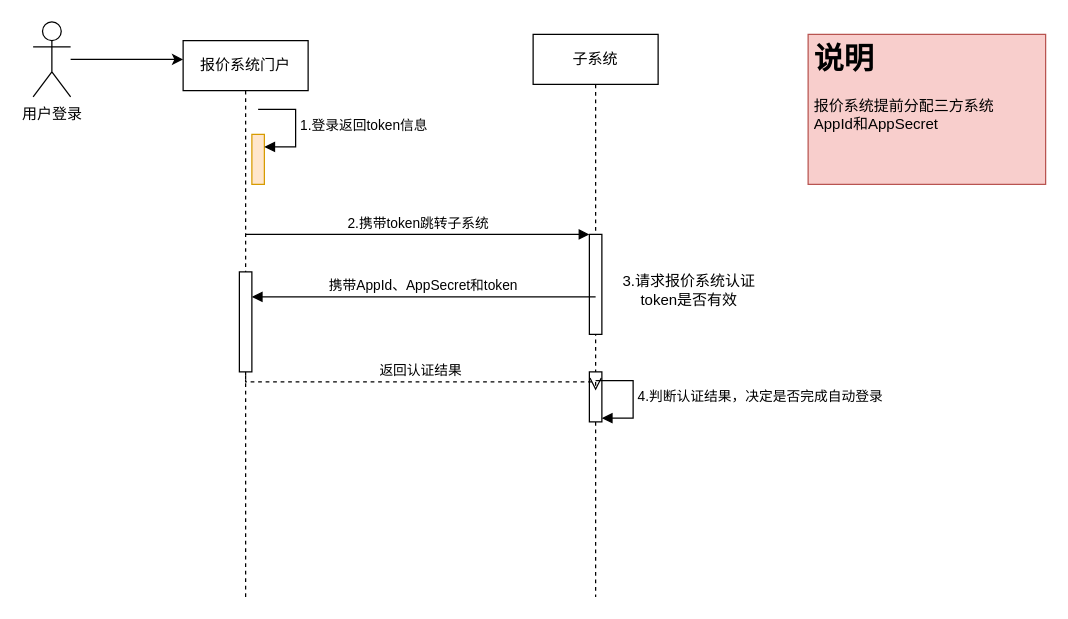
The draw.io diagram 投资回报率单点时序图.drawio in ammengke/my-drawio, before the edit. Source tidied: cells renumbered, new cells numbered last; positions are measured from the earlier drawing's top-left corner, leaving out a move shared by most shapes. Both pictures are drawn from the tidied source at 125%, with x=0, y=0 at pixel (32, 21).
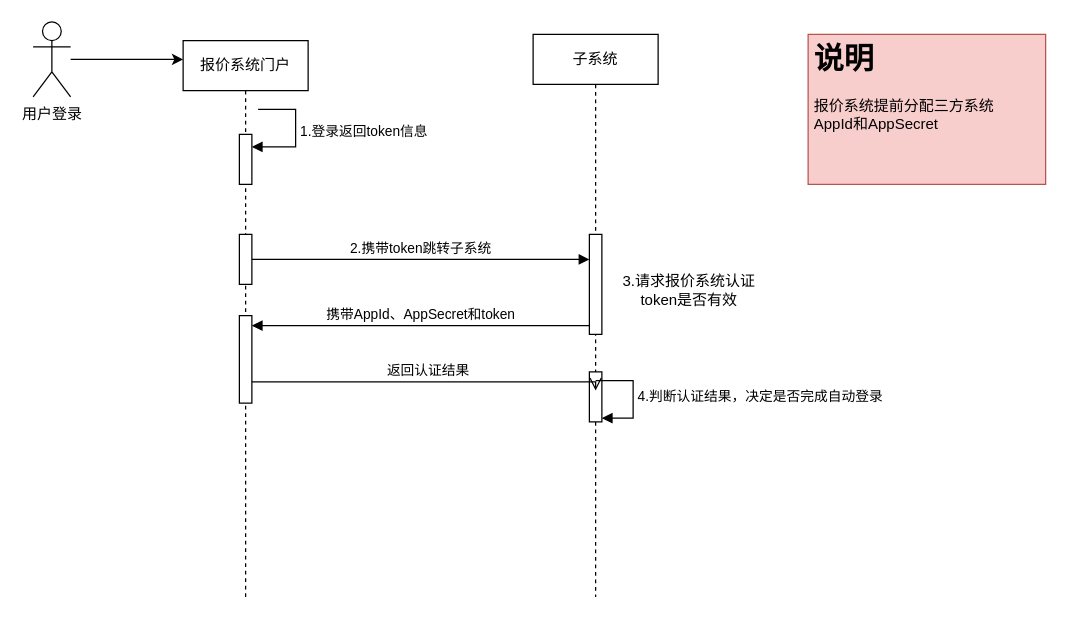
The same diagram, later.

Commit message (it also covers changes not shown here):
更新投资回报率单点时序图.drawio

The change refers to these unchanged cells:
```xml
<mxCell id="2" value="报价系统门户" style="shape=umlLifeline;perimeter=lifelinePerimeter;whiteSpace=wrap;html=1;newEdgeStyle={&quot;edgeStyle&quot;:&quot;elbowEdgeStyle&quot;,&quot;elbow&quot;:&quot;vertical&quot;,&quot;curved&quot;:0,&quot;rounded&quot;:0};" parent="1" vertex="1">
  <mxGeometry x="120" y="15" width="100" height="445" as="geometry" />
</mxCell>
<mxCell id="9" style="html=1;points=[];perimeter=orthogonalPerimeter;outlineConnect=0;targetShapes=umlLifeline;portConstraint=eastwest;newEdgeStyle={&quot;edgeStyle&quot;:&quot;elbowEdgeStyle&quot;,&quot;elbow&quot;:&quot;vertical&quot;,&quot;curved&quot;:0,&quot;rounded&quot;:0};" parent="8" vertex="1">
  <mxGeometry x="45" y="160" width="10" height="80" as="geometry" />
</mxCell>
```

What changed in the source:
```diff
@@
-    <mxCell id="3" style="html=1;points=[];perimeter=orthogonalPerimeter;outlineConnect=0;targetShapes=umlLifeline;portConstraint=eastwest;newEdgeStyle={&quot;edgeStyle&quot;:&quot;elbowEdgeStyle&quot;,&quot;elbow&quot;:&quot;vertical&quot;,&quot;curved&quot;:0,&quot;rounded&quot;:0};fillColor=#ffe6cc;strokeColor=#d79b00;" parent="2" vertex="1">
-      <mxGeometry x="55" y="75" width="10" height="40" as="geometry" />
+    <mxCell id="3" style="html=1;points=[];perimeter=orthogonalPerimeter;outlineConnect=0;targetShapes=umlLifeline;portConstraint=eastwest;newEdgeStyle={&quot;edgeStyle&quot;:&quot;elbowEdgeStyle&quot;,&quot;elbow&quot;:&quot;vertical&quot;,&quot;curved&quot;:0,&quot;rounded&quot;:0};" parent="2" vertex="1">
+      <mxGeometry x="45" y="75" width="10" height="40" as="geometry" />
     </mxCell>
@@
     <mxCell id="5" style="html=1;points=[];perimeter=orthogonalPerimeter;outlineConnect=0;targetShapes=umlLifeline;portConstraint=eastwest;newEdgeStyle={&quot;edgeStyle&quot;:&quot;elbowEdgeStyle&quot;,&quot;elbow&quot;:&quot;vertical&quot;,&quot;curved&quot;:0,&quot;rounded&quot;:0};" parent="2" vertex="1">
-      <mxGeometry x="45" y="185" width="10" height="80" as="geometry" />
+      <mxGeometry x="45" y="220" width="10" height="70" as="geometry" />
     </mxCell>
+    <mxCell id="17" style="html=1;points=[];perimeter=orthogonalPerimeter;outlineConnect=0;targetShapes=umlLifeline;portConstraint=eastwest;newEdgeStyle={&quot;edgeStyle&quot;:&quot;elbowEdgeStyle&quot;,&quot;elbow&quot;:&quot;vertical&quot;,&quot;curved&quot;:0,&quot;rounded&quot;:0};" parent="2" vertex="1">
+      <mxGeometry x="45" y="155" width="10" height="40" as="geometry" />
+    </mxCell>
@@
-    <mxCell id="12" value="2.携带token跳转子系统" style="html=1;verticalAlign=bottom;endArrow=block;edgeStyle=elbowEdgeStyle;elbow=vertical;curved=0;rounded=0;" parent="1" edge="1" target="9">
-      <mxGeometry relative="1" as="geometry">
-        <mxPoint x="170" y="170" as="sourcePoint" />
-      </mxGeometry>
+    <mxCell id="12" value="2.携带token跳转子系统" style="html=1;verticalAlign=bottom;endArrow=block;edgeStyle=elbowEdgeStyle;elbow=vertical;curved=0;rounded=0;" parent="1" edge="1" source="17" target="9">
+      <mxGeometry relative="1" as="geometry" />
     </mxCell>
-    <mxCell id="13" value="携带AppId、AppSecret和token" style="html=1;verticalAlign=bottom;endArrow=block;edgeStyle=elbowEdgeStyle;elbow=vertical;curved=0;rounded=0;" parent="1" edge="1" target="5">
-      <mxGeometry relative="1" as="geometry">
-        <mxPoint x="450" y="220" as="sourcePoint" />
-      </mxGeometry>
+    <mxCell id="13" value="携带AppId、AppSecret和token" style="html=1;verticalAlign=bottom;endArrow=block;edgeStyle=elbowEdgeStyle;elbow=vertical;curved=0;rounded=0;" parent="1" edge="1" source="9" target="5">
+      <mxGeometry relative="1" as="geometry" />
     </mxCell>
-    <mxCell id="14" value="返回认证结果" style="html=1;verticalAlign=bottom;endArrow=open;dashed=1;endSize=8;edgeStyle=elbowEdgeStyle;elbow=vertical;curved=0;rounded=0;" parent="1" edge="1" source="5">
+    <mxCell id="14" value="返回认证结果" style="html=1;verticalAlign=bottom;endArrow=open;endSize=8;edgeStyle=elbowEdgeStyle;elbow=vertical;curved=0;rounded=0;" parent="1" edge="1" source="5">
       <mxGeometry relative="1" as="geometry">
         <mxPoint x="450" y="295" as="targetPoint" />
+        <Array as="points">
+          <mxPoint x="310" y="288" />
+        </Array>
       </mxGeometry>
     </mxCell>
```
